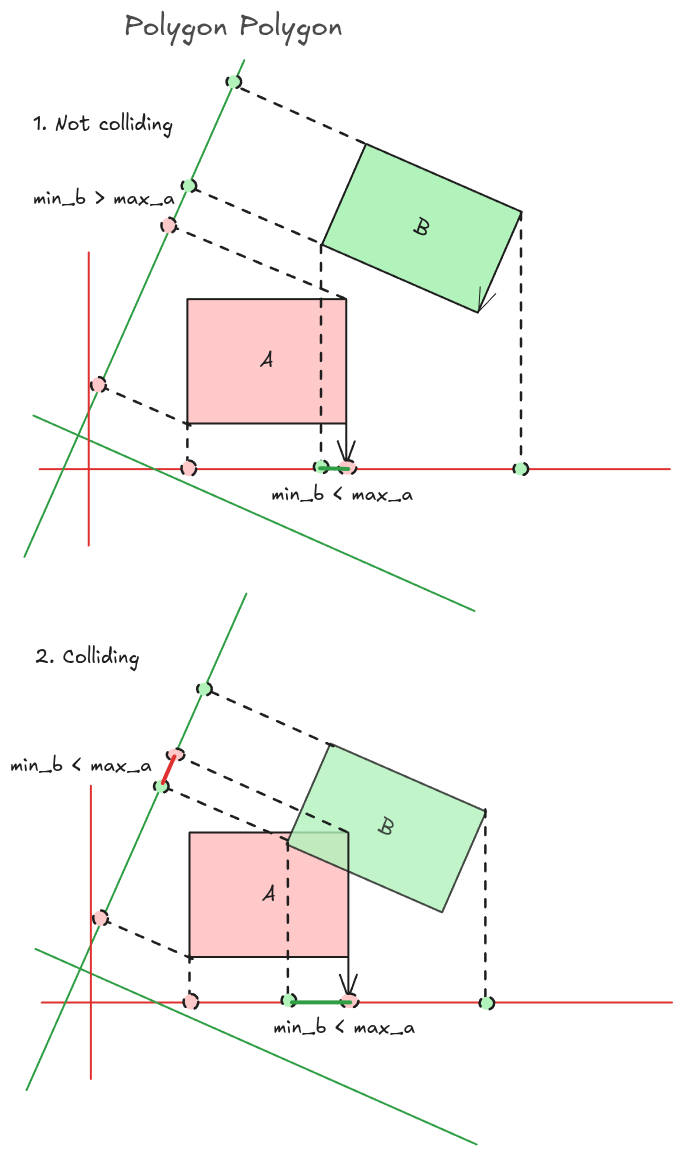
OskarMihalik/physics_2D keeps this Excalidraw diagram as readme/sat.excalidraw.png. Above is the earlier version. Source tidied: one line per element, renumbered; positions are measured from the earlier drawing's top-left corner, leaving out a move shared by most shapes.
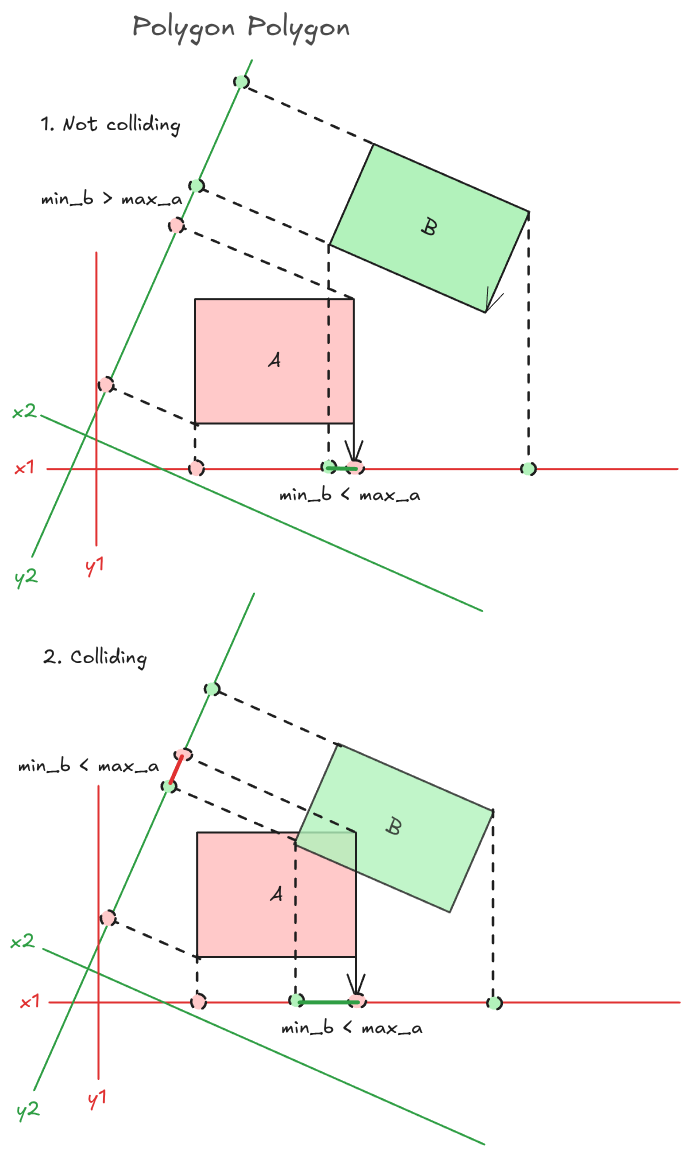
The same diagram one commit later.

Commit message:
feat(readme): add axes to sat

The edit, as a diff of the source:
```diff
@@ -57,3 +57,11 @@
 {"id": 56, "type": "text", "text": "min_b < max_a", "strokeColor": "#1e1e1e", "strokeWidth": 2, "strokeStyle": "dashed", "roughness": 0, "fontSize": 20, "fontFamily": 5, "x": 0, "y": 743, "width": 142, "height": 25}
 {"id": 57, "type": "line", "strokeColor": "#e03131", "strokeWidth": 4, "roughness": 0, "x": 164, "y": 746, "width": 12, "height": 27, "points": [[0, 0], [-12, 27]]}
 {"id": 58, "type": "text", "text": "Polygon Polygon", "strokeColor": "#1e1e1e", "strokeWidth": 4, "roughness": 0, "opacity": 80, "fontSize": 28, "fontFamily": 5, "x": 114, "y": 0, "width": 219, "height": 35}
+{"id": 59, "type": "text", "text": "x1", "strokeColor": "#e03131", "strokeWidth": 2, "roughness": 1, "fontSize": 20, "fontFamily": 5, "x": -3, "y": 446, "width": 20, "height": 25}
+{"id": 60, "type": "text", "text": "y1", "strokeColor": "#e03131", "strokeWidth": 2, "roughness": 1, "fontSize": 20, "fontFamily": 5, "x": 67, "y": 543, "width": 19, "height": 25}
+{"id": 61, "type": "text", "text": "x2", "strokeColor": "#2f9e44", "strokeWidth": 2, "roughness": 1, "fontSize": 20, "fontFamily": 5, "x": -6, "y": 390, "width": 26, "height": 25}
+{"id": 62, "type": "text", "text": "y2", "strokeColor": "#2f9e44", "strokeWidth": 2, "roughness": 1, "fontSize": 20, "fontFamily": 5, "x": -3, "y": 554, "width": 25, "height": 25}
+{"id": 63, "type": "text", "text": "x1", "strokeColor": "#e03131", "strokeWidth": 2, "roughness": 1, "fontSize": 20, "fontFamily": 5, "x": 2, "y": 979, "width": 20, "height": 25}
+{"id": 64, "type": "text", "text": "y1", "strokeColor": "#e03131", "strokeWidth": 2, "roughness": 1, "fontSize": 20, "fontFamily": 5, "x": 70, "y": 1075, "width": 19, "height": 25}
+{"id": 65, "type": "text", "text": "x2", "strokeColor": "#2f9e44", "strokeWidth": 2, "roughness": 1, "fontSize": 20, "fontFamily": 5, "x": -8, "y": 920, "width": 26, "height": 25}
+{"id": 66, "type": "text", "text": "y2", "strokeColor": "#2f9e44", "strokeWidth": 2, "roughness": 1, "fontSize": 20, "fontFamily": 5, "x": -1, "y": 1088, "width": 25, "height": 25}
```
